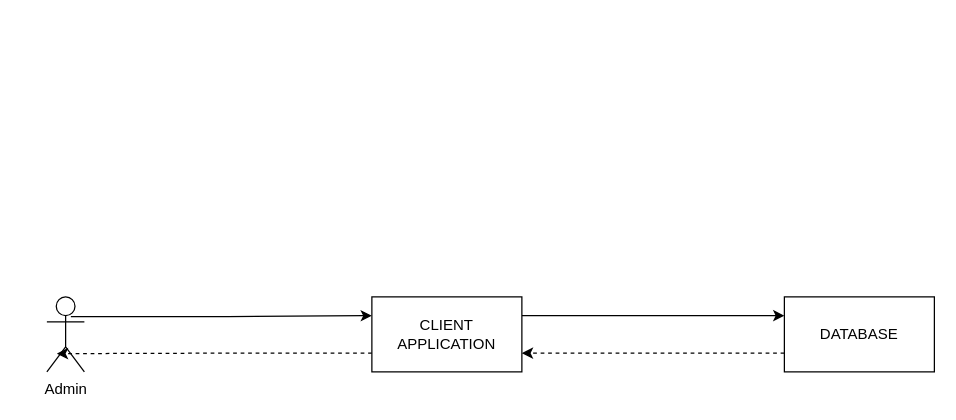
This is Adm_coll.drawio from subhavgoyal1/mlassignment1, a draw.io file, before an edit. Source tidied: cells renumbered, new cells numbered last; positions are measured from the earlier drawing's top-left corner, leaving out a move shared by most shapes. Both pictures are drawn from the tidied source at 125%, with x=0, y=0 at pixel (46, 296).
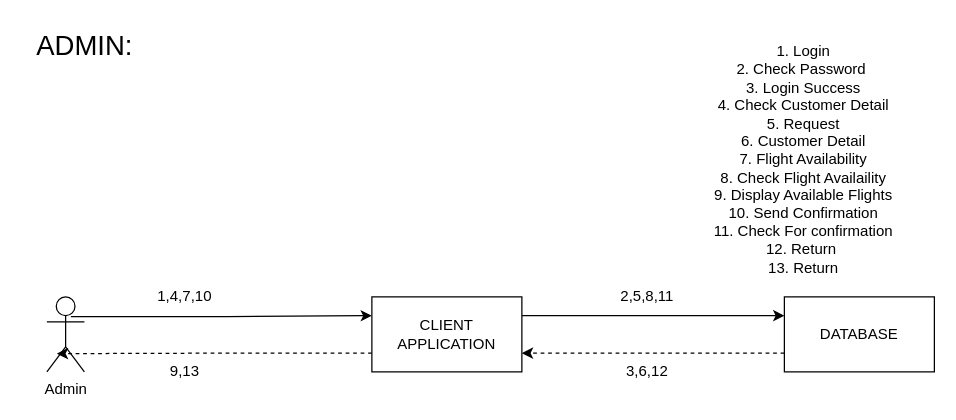
The same page after the edit.

Diff of the diagram source:
```diff
@@
 <mxGraphModel>
   <root>
     <mxCell id="0" />
     <mxCell id="1" parent="0" />
     <mxCell id="2" value="Admin" style="shape=umlActor;verticalLabelPosition=bottom;verticalAlign=top;html=1;" parent="1" vertex="1">
       <mxGeometry width="30" height="60" as="geometry" />
     </mxCell>
     <mxCell id="3" style="edgeStyle=orthogonalEdgeStyle;rounded=0;jettySize=auto;html=1;exitX=0.64;exitY=0.263;exitDx=0;exitDy=0;entryX=0;entryY=0.25;entryDx=0;entryDy=0;exitPerimeter=0;" parent="1" edge="1" source="2" target="6">
       <mxGeometry relative="1" as="geometry" />
     </mxCell>
     <mxCell id="4" style="edgeStyle=orthogonalEdgeStyle;rounded=0;jettySize=auto;html=1;exitX=0;exitY=0.75;exitDx=0;exitDy=0;entryX=0.267;entryY=0.757;entryDx=0;entryDy=0;entryPerimeter=0;dashed=1;" parent="1" edge="1" source="6" target="2">
       <mxGeometry relative="1" as="geometry" />
     </mxCell>
     <mxCell id="5" style="edgeStyle=orthogonalEdgeStyle;rounded=0;jettySize=auto;html=1;exitX=1;exitY=0.25;exitDx=0;exitDy=0;entryX=0;entryY=0.25;entryDx=0;entryDy=0;" parent="1" edge="1" source="6" target="8">
       <mxGeometry relative="1" as="geometry" />
     </mxCell>
     <mxCell id="6" value="CLIENT APPLICATION" style="rounded=0;whiteSpace=wrap;html=1;" parent="1" vertex="1">
       <mxGeometry x="260" width="120" height="60" as="geometry" />
     </mxCell>
     <mxCell id="7" style="edgeStyle=orthogonalEdgeStyle;rounded=0;jettySize=auto;html=1;exitX=0;exitY=0.75;exitDx=0;exitDy=0;entryX=1;entryY=0.75;entryDx=0;entryDy=0;dashed=1;" parent="1" edge="1" source="8" target="6">
       <mxGeometry relative="1" as="geometry" />
     </mxCell>
     <mxCell id="8" value="DATABASE" style="rounded=0;whiteSpace=wrap;html=1;" parent="1" vertex="1">
       <mxGeometry x="590" width="120" height="60" as="geometry" />
     </mxCell>
+    <mxCell id="9" value="1. Login&lt;br&gt;2. Check Password&amp;nbsp;&lt;br&gt;3. Login Success&lt;br&gt;4. Check Customer Detail&lt;br&gt;5. Request&lt;br&gt;6. Customer Detail&lt;br&gt;7. Flight Availability&lt;br&gt;8. Check Flight Availaility&lt;br&gt;9. Display Available Flights&lt;br&gt;10. Send Confirmation&lt;br&gt;11. Check For confirmation&lt;br&gt;12. Return&amp;nbsp;&lt;br&gt;13. Return&lt;br&gt;" style="text;html=1;align=center;verticalAlign=middle;strokeColor=none;fillColor=none;" parent="1" vertex="1">
+      <mxGeometry x="520" y="-210" width="170" height="200" as="geometry" />
+    </mxCell>
+    <mxCell id="10" value="1,4,7,10" style="text;html=1;align=center;verticalAlign=middle;strokeColor=none;fillColor=none;" parent="1" vertex="1">
+      <mxGeometry x="75" y="-15" width="70" height="30" as="geometry" />
+    </mxCell>
+    <mxCell id="11" value="2,5,8,11" style="text;html=1;align=center;verticalAlign=middle;strokeColor=none;fillColor=none;" parent="1" vertex="1">
+      <mxGeometry x="445" y="-15" width="70" height="30" as="geometry" />
+    </mxCell>
+    <mxCell id="12" value="3,6,12" style="text;html=1;align=center;verticalAlign=middle;strokeColor=none;fillColor=none;" parent="1" vertex="1">
+      <mxGeometry x="450" y="45" width="60" height="30" as="geometry" />
+    </mxCell>
+    <mxCell id="13" value="9,13" style="text;html=1;align=center;verticalAlign=middle;strokeColor=none;fillColor=none;" parent="1" vertex="1">
+      <mxGeometry x="85" y="45" width="50" height="30" as="geometry" />
+    </mxCell>
+    <mxCell id="14" value="&lt;font style=&quot;font-size: 22px;&quot;&gt;ADMIN:&lt;/font&gt;" style="text;html=1;align=center;verticalAlign=middle;strokeColor=none;fillColor=none;" parent="1" vertex="1">
+      <mxGeometry x="-20" y="-220" width="100" height="40" as="geometry" />
+    </mxCell>
   </root>
 </mxGraphModel>
```
